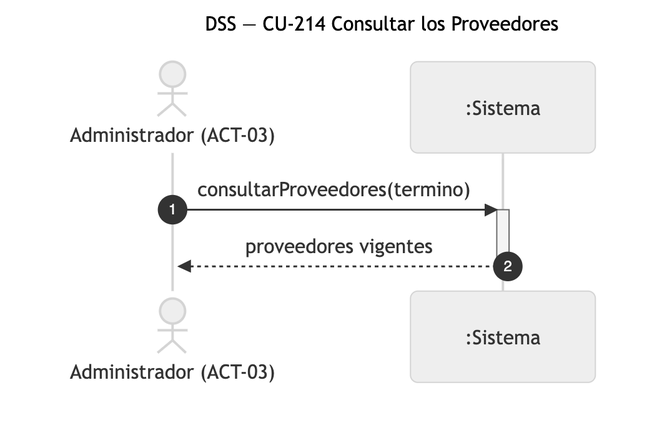
Earlier version of the Mermaid export diagramas/png/DSS_CU-214_Consultar-los-Proveedores.png (Nahuelito-Dev/splg-docs). Its source is kept beside it as diagramas/DSS_CU-214_Consultar-los-Proveedores.mmd.
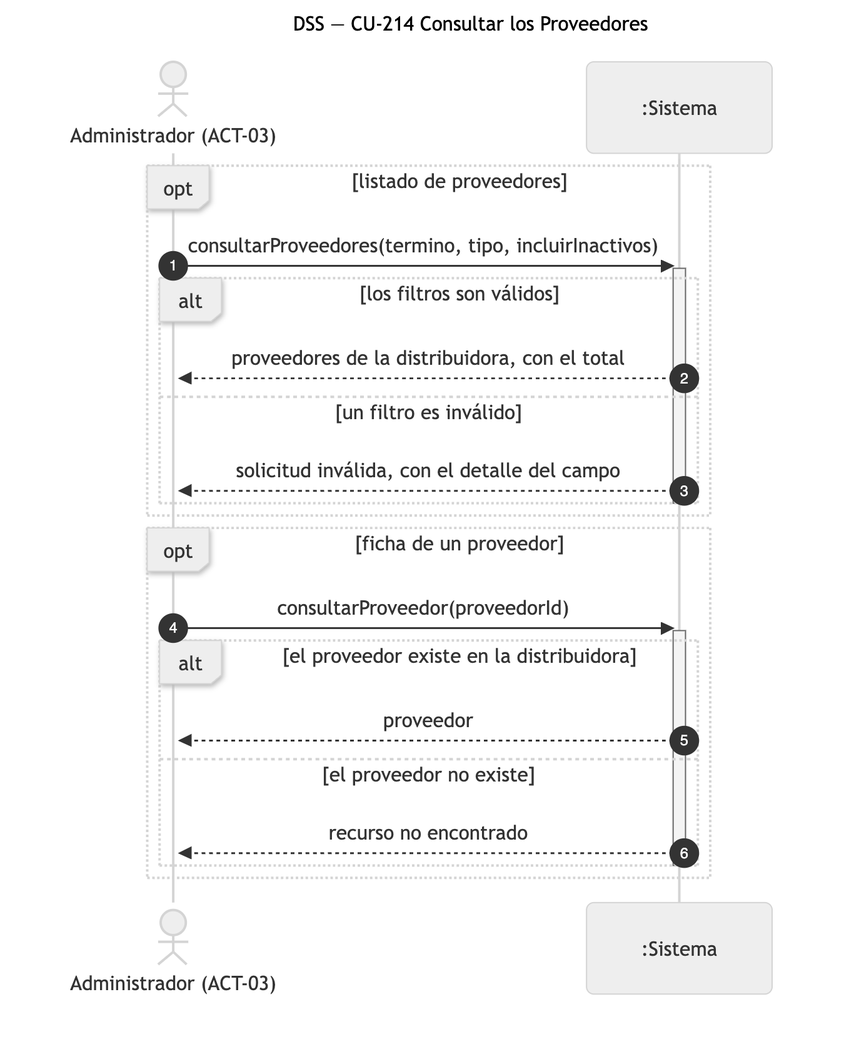
Above is the later version.

The edit, as a diff of the source:
```diff
@@ -4,7 +4,24 @@
     actor ADM as Administrador (ACT-03)
     participant SIS as :Sistema
 
-    ADM->>SIS: consultarProveedores(termino)
-    activate SIS
-    SIS-->>ADM: proveedores vigentes
-    deactivate SIS
+    opt listado de proveedores
+        ADM->>SIS: consultarProveedores(termino, tipo, incluirInactivos)
+        activate SIS
+        alt los filtros son válidos
+            SIS-->>ADM: proveedores de la distribuidora, con el total
+        else un filtro es inválido
+            SIS-->>ADM: solicitud inválida, con el detalle del campo
+        end
+        deactivate SIS
+    end
+
+    opt ficha de un proveedor
+        ADM->>SIS: consultarProveedor(proveedorId)
+        activate SIS
+        alt el proveedor existe en la distribuidora
+            SIS-->>ADM: proveedor
+        else el proveedor no existe
+            SIS-->>ADM: recurso no encontrado
+        end
+        deactivate SIS
+    end
```
